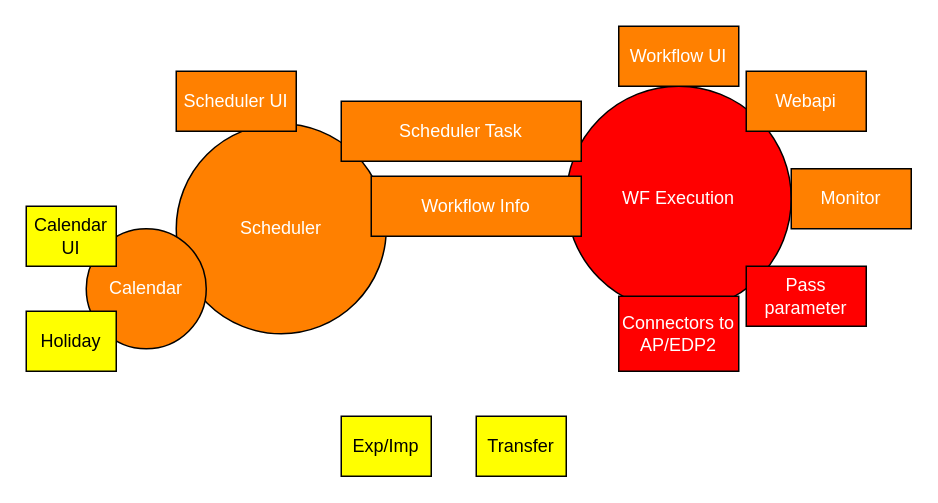
wzdxt/uml keeps this draw.io diagram as bwf/BWF Functions.drawio. Above is the earlier version. Source tidied: cells renumbered, new cells numbered last; positions are measured from the earlier drawing's top-left corner, leaving out a move shared by most shapes. Both pictures are drawn from the tidied source at 150%, with x=0, y=0 at pixel (26, 26).
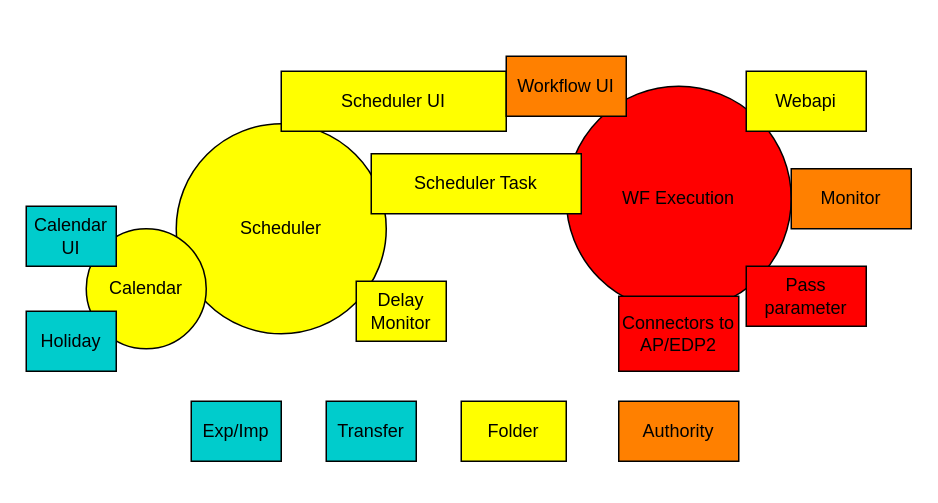
Above is the later version.

Diff of the diagram source:
```diff
@@
 <mxGraphModel>
   <root>
     <mxCell id="0" />
     <mxCell id="1" parent="0" />
-    <mxCell id="2" value="WF Execution" style="ellipse;whiteSpace=wrap;html=1;fillColor=#FF0000;strokeColor=#000000;fontColor=#FFFFFF;" parent="1" vertex="1">
+    <mxCell id="2" value="WF Execution" style="ellipse;whiteSpace=wrap;html=1;fillColor=#FF0000;strokeColor=#000000;fontColor=#000000;" parent="1" vertex="1">
       <mxGeometry x="360" y="40" width="150" height="150" as="geometry" />
     </mxCell>
-    <mxCell id="3" value="Connectors to AP/EDP2" style="rounded=0;whiteSpace=wrap;html=1;fontFamily=Helvetica;fontSize=12;fontColor=#FFFFFF;align=center;strokeColor=#000000;fillColor=#FF0000;" parent="1" vertex="1">
+    <mxCell id="3" value="Connectors to AP/EDP2" style="rounded=0;whiteSpace=wrap;html=1;fontFamily=Helvetica;fontSize=12;fontColor=#000000;align=center;strokeColor=#000000;fillColor=#FF0000;" parent="1" vertex="1">
       <mxGeometry x="395" y="180" width="80" height="50" as="geometry" />
     </mxCell>
-    <mxCell id="4" value="Pass parameter" style="rounded=0;whiteSpace=wrap;html=1;fontFamily=Helvetica;fontSize=12;fontColor=#FFFFFF;align=center;strokeColor=#000000;fillColor=#FF0000;" parent="1" vertex="1">
+    <mxCell id="4" value="Pass parameter" style="rounded=0;whiteSpace=wrap;html=1;fontFamily=Helvetica;fontSize=12;fontColor=#000000;align=center;strokeColor=#000000;fillColor=#FF0000;" parent="1" vertex="1">
       <mxGeometry x="480" y="160" width="80" height="40" as="geometry" />
     </mxCell>
-    <mxCell id="5" value="Scheduler" style="ellipse;whiteSpace=wrap;html=1;strokeColor=#000000;fillColor=#FF8000;fontColor=#FFFFFF;" parent="1" vertex="1">
+    <mxCell id="5" value="Scheduler" style="ellipse;whiteSpace=wrap;html=1;strokeColor=#000000;fillColor=#FFFF00;fontColor=#000000;" parent="1" vertex="1">
       <mxGeometry x="100" y="65" width="140" height="140" as="geometry" />
     </mxCell>
-    <mxCell id="6" value="Calendar" style="ellipse;whiteSpace=wrap;html=1;strokeColor=#000000;fillColor=#FF8000;fontColor=#FFFFFF;" parent="1" vertex="1">
+    <mxCell id="6" value="Calendar" style="ellipse;whiteSpace=wrap;html=1;strokeColor=#000000;fillColor=#FFFF00;fontColor=#000000;" parent="1" vertex="1">
       <mxGeometry x="40" y="135" width="80" height="80" as="geometry" />
     </mxCell>
-    <mxCell id="7" value="Workflow UI" style="rounded=0;whiteSpace=wrap;html=1;fontFamily=Helvetica;fontSize=12;fontColor=#FFFFFF;align=center;strokeColor=#000000;fillColor=#FF8000;" parent="1" vertex="1">
-      <mxGeometry x="395" width="80" height="40" as="geometry" />
-    </mxCell>
-    <mxCell id="8" value="Webapi" style="rounded=0;whiteSpace=wrap;html=1;fontFamily=Helvetica;fontSize=12;fontColor=#FFFFFF;align=center;strokeColor=#000000;fillColor=#FF8000;" parent="1" vertex="1">
+    <mxCell id="8" value="Webapi" style="rounded=0;whiteSpace=wrap;html=1;fontFamily=Helvetica;fontSize=12;fontColor=#000000;align=center;strokeColor=#000000;fillColor=#FFFF00;" parent="1" vertex="1">
       <mxGeometry x="480" y="30" width="80" height="40" as="geometry" />
     </mxCell>
-    <mxCell id="9" value="Exp/Imp" style="rounded=0;whiteSpace=wrap;html=1;fontFamily=Helvetica;fontSize=12;fontColor=#000000;align=center;strokeColor=#000000;fillColor=#FFFF00;" parent="1" vertex="1">
-      <mxGeometry x="210" y="260" width="60" height="40" as="geometry" />
+    <mxCell id="9" value="Exp/Imp" style="rounded=0;whiteSpace=wrap;html=1;fontFamily=Helvetica;fontSize=12;fontColor=#000000;align=center;strokeColor=#000000;fillColor=#00CCCC;" parent="1" vertex="1">
+      <mxGeometry x="110" y="250" width="60" height="40" as="geometry" />
     </mxCell>
-    <mxCell id="10" value="Transfer" style="rounded=0;whiteSpace=wrap;html=1;fontFamily=Helvetica;fontSize=12;fontColor=#000000;align=center;strokeColor=#000000;fillColor=#FFFF00;" parent="1" vertex="1">
-      <mxGeometry x="300" y="260" width="60" height="40" as="geometry" />
+    <mxCell id="10" value="Transfer" style="rounded=0;whiteSpace=wrap;html=1;fontFamily=Helvetica;fontSize=12;fontColor=#000000;align=center;strokeColor=#000000;fillColor=#00CCCC;" parent="1" vertex="1">
+      <mxGeometry x="200" y="250" width="60" height="40" as="geometry" />
     </mxCell>
-    <mxCell id="11" value="Scheduler Task" style="rounded=0;whiteSpace=wrap;html=1;fontFamily=Helvetica;fontSize=12;fontColor=#FFFFFF;align=center;strokeColor=#000000;fillColor=#FF8000;" parent="1" vertex="1">
-      <mxGeometry x="210" y="50" width="160" height="40" as="geometry" />
+    <mxCell id="11" value="Scheduler Task" style="rounded=0;whiteSpace=wrap;html=1;fontFamily=Helvetica;fontSize=12;fontColor=#000000;align=center;strokeColor=#000000;fillColor=#FFFF00;" parent="1" vertex="1">
+      <mxGeometry x="230" y="85" width="140" height="40" as="geometry" />
     </mxCell>
-    <mxCell id="12" value="Workflow Info" style="rounded=0;whiteSpace=wrap;html=1;fontFamily=Helvetica;fontSize=12;fontColor=#FFFFFF;align=center;strokeColor=#000000;fillColor=#FF8000;" parent="1" vertex="1">
-      <mxGeometry x="230" y="100" width="140" height="40" as="geometry" />
-    </mxCell>
-    <mxCell id="13" value="Scheduler UI" style="rounded=0;whiteSpace=wrap;html=1;fontFamily=Helvetica;fontSize=12;fontColor=#FFFFFF;align=center;strokeColor=#000000;fillColor=#FF8000;" parent="1" vertex="1">
-      <mxGeometry x="100" y="30" width="80" height="40" as="geometry" />
+    <mxCell id="13" value="Scheduler UI" style="rounded=0;whiteSpace=wrap;html=1;fontFamily=Helvetica;fontSize=12;fontColor=#000000;align=center;strokeColor=#000000;fillColor=#FFFF00;" parent="1" vertex="1">
+      <mxGeometry x="170" y="30" width="150" height="40" as="geometry" />
     </mxCell>
-    <mxCell id="14" value="Calendar UI" style="rounded=0;whiteSpace=wrap;html=1;fontFamily=Helvetica;fontSize=12;fontColor=#000000;align=center;strokeColor=#000000;fillColor=#FFFF00;" parent="1" vertex="1">
+    <mxCell id="14" value="Calendar UI" style="rounded=0;whiteSpace=wrap;html=1;fontFamily=Helvetica;fontSize=12;fontColor=#000000;align=center;strokeColor=#000000;fillColor=#00CCCC;" parent="1" vertex="1">
       <mxGeometry y="120" width="60" height="40" as="geometry" />
     </mxCell>
-    <mxCell id="15" value="Holiday" style="rounded=0;whiteSpace=wrap;html=1;fontFamily=Helvetica;fontSize=12;fontColor=#000000;align=center;strokeColor=#000000;fillColor=#FFFF00;" parent="1" vertex="1">
+    <mxCell id="15" value="Holiday" style="rounded=0;whiteSpace=wrap;html=1;fontFamily=Helvetica;fontSize=12;fontColor=#000000;align=center;strokeColor=#000000;fillColor=#00CCCC;" parent="1" vertex="1">
       <mxGeometry y="190" width="60" height="40" as="geometry" />
     </mxCell>
-    <mxCell id="16" value="Monitor" style="rounded=0;whiteSpace=wrap;html=1;fontFamily=Helvetica;fontSize=12;fontColor=#FFFFFF;align=center;strokeColor=#000000;fillColor=#FF8000;" parent="1" vertex="1">
+    <mxCell id="16" value="Monitor" style="rounded=0;whiteSpace=wrap;html=1;fontFamily=Helvetica;fontSize=12;fontColor=#000000;align=center;strokeColor=#000000;fillColor=#FF8000;" parent="1" vertex="1">
       <mxGeometry x="510" y="95" width="80" height="40" as="geometry" />
     </mxCell>
+    <mxCell id="17" value="Delay Monitor" style="rounded=0;whiteSpace=wrap;html=1;fontFamily=Helvetica;fontSize=12;fontColor=#000000;align=center;strokeColor=#000000;fillColor=#FFFF00;" parent="1" vertex="1">
+      <mxGeometry x="220" y="170" width="60" height="40" as="geometry" />
+    </mxCell>
+    <mxCell id="18" value="Folder" style="rounded=0;whiteSpace=wrap;html=1;fontFamily=Helvetica;fontSize=12;fontColor=#000000;align=center;strokeColor=#000000;fillColor=#FFFF00;" parent="1" vertex="1">
+      <mxGeometry x="290" y="250" width="70" height="40" as="geometry" />
+    </mxCell>
+    <mxCell id="19" value="Authority" style="rounded=0;whiteSpace=wrap;html=1;fontFamily=Helvetica;fontSize=12;fontColor=#000000;align=center;strokeColor=#000000;fillColor=#FF8000;" parent="1" vertex="1">
+      <mxGeometry x="395" y="250" width="80" height="40" as="geometry" />
+    </mxCell>
+    <mxCell id="7" value="Workflow UI" style="rounded=0;whiteSpace=wrap;html=1;fontFamily=Helvetica;fontSize=12;fontColor=#000000;align=center;strokeColor=#000000;fillColor=#FF8000;" parent="1" vertex="1">
+      <mxGeometry x="320" y="20" width="80" height="40" as="geometry" />
+    </mxCell>
   </root>
 </mxGraphModel>
```
